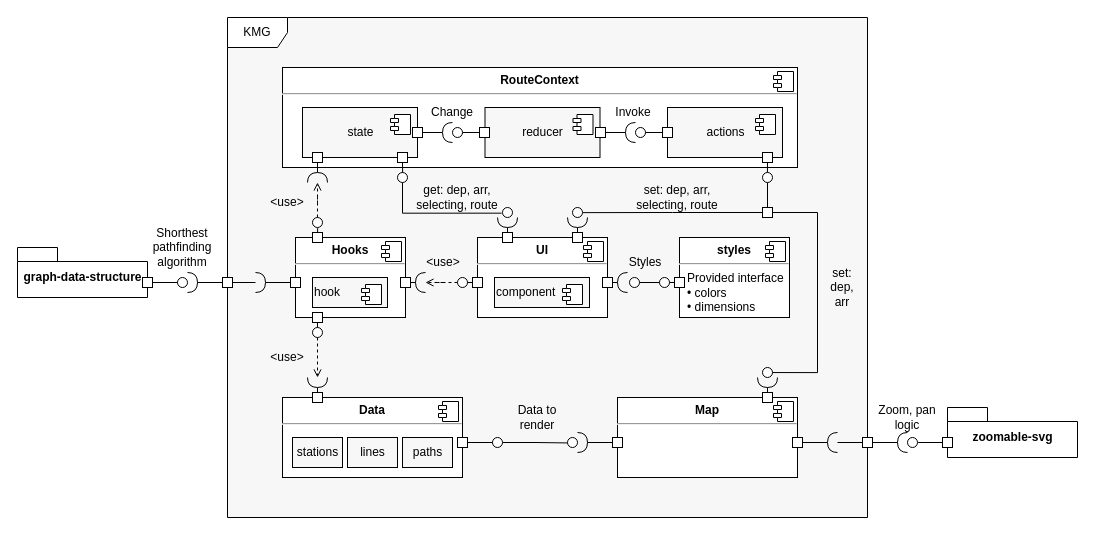
The draw.io diagram UML diagrams/source/component.drawio in nksazonov/KyivMetroGuidebook, before the edit. Source tidied: cells renumbered, new cells numbered last; positions are measured from the earlier drawing's top-left corner, leaving out a move shared by most shapes. Both pictures are drawn from the tidied source at 100%, with x=0, y=0 at pixel (17, 17).
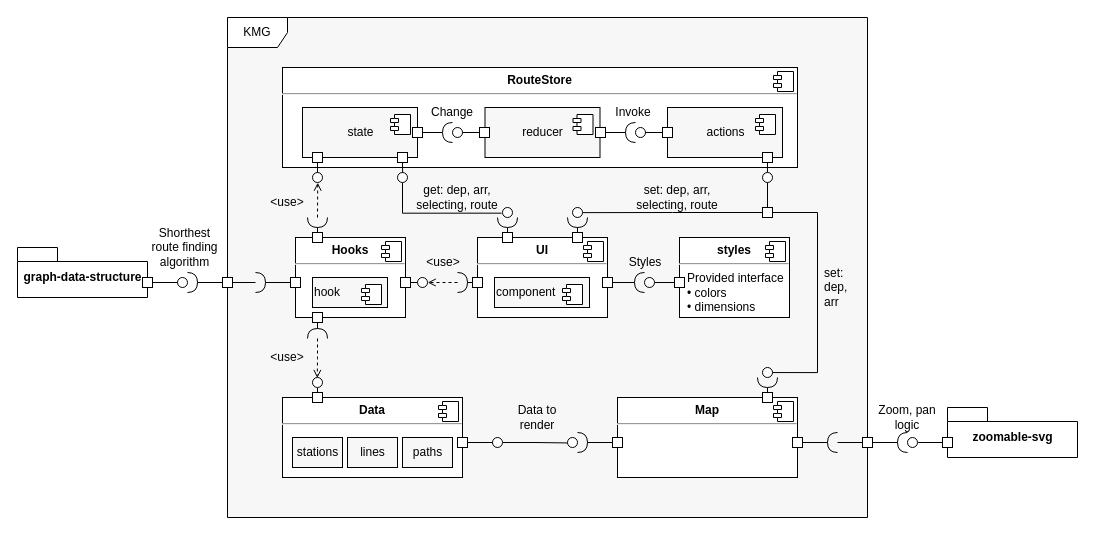
The same diagram, later.

Unchanged cells that the change refers to:
```xml
<mxCell id="53" style="rounded=0;whiteSpace=wrap;html=1;fillColor=#ffffff;" parent="1" vertex="1">
  <mxGeometry x="295" y="135" width="10" height="10" as="geometry" />
</mxCell>
<mxCell id="57" style="rounded=0;whiteSpace=wrap;html=1;fillColor=#ffffff;" parent="1" vertex="1">
  <mxGeometry x="295" y="215" width="10" height="10" as="geometry" />
</mxCell>
<mxCell id="62" style="rounded=0;whiteSpace=wrap;html=1;fillColor=#ffffff;" parent="1" vertex="1">
  <mxGeometry x="383" y="260" width="10" height="10" as="geometry" />
</mxCell>
<mxCell id="69" style="rounded=0;whiteSpace=wrap;html=1;fillColor=#ffffff;" parent="1" vertex="1">
  <mxGeometry x="295" y="295" width="10" height="10" as="geometry" />
</mxCell>
<mxCell id="73" style="rounded=0;whiteSpace=wrap;html=1;fillColor=#ffffff;" parent="1" vertex="1">
  <mxGeometry x="295" y="375" width="10" height="10" as="geometry" />
</mxCell>
<mxCell id="102" style="rounded=0;whiteSpace=wrap;html=1;fillColor=#ffffff;" parent="1" vertex="1">
  <mxGeometry x="455" y="260" width="10" height="10" as="geometry" />
</mxCell>
```

The edit, as a diff of the source:
```diff
@@
-    <mxCell id="28" value="&lt;p style=&quot;margin: 0px ; margin-top: 6px ; text-align: center&quot;&gt;&lt;b&gt;RouteContext&lt;/b&gt;&lt;/p&gt;&lt;hr&gt;&lt;p style=&quot;margin: 0px ; margin-left: 8px&quot;&gt;&lt;br&gt;&lt;/p&gt;" style="align=left;overflow=fill;html=1;" parent="1" vertex="1">
+    <mxCell id="28" value="&lt;p style=&quot;margin: 0px ; margin-top: 6px ; text-align: center&quot;&gt;&lt;b&gt;RouteStore&lt;/b&gt;&lt;/p&gt;&lt;hr&gt;&lt;p style=&quot;margin: 0px ; margin-left: 8px&quot;&gt;&lt;br&gt;&lt;/p&gt;" style="align=left;overflow=fill;html=1;" parent="1" vertex="1">
       <mxGeometry x="265" y="50" width="515" height="100" as="geometry" />
     </mxCell>
@@
+    <mxCell id="134" style="edgeStyle=orthogonalEdgeStyle;rounded=0;jettySize=auto;html=1;exitX=0.5;exitY=1;exitDx=0;exitDy=0;entryX=0.5;entryY=0.061;entryDx=0;entryDy=0;entryPerimeter=0;endArrow=none;endFill=0;" parent="1" edge="1" source="53" target="71">
+      <mxGeometry relative="1" as="geometry" />
+    </mxCell>
@@
-    <mxCell id="54" style="edgeStyle=orthogonalEdgeStyle;rounded=0;jettySize=auto;html=1;exitX=1;exitY=0.5;exitDx=0;exitDy=0;exitPerimeter=0;entryX=0.5;entryY=1;entryDx=0;entryDy=0;endArrow=none;endFill=0;" parent="1" edge="1" source="55" target="53">
-      <mxGeometry relative="1" as="geometry" />
-    </mxCell>
+    <mxCell id="135" style="edgeStyle=orthogonalEdgeStyle;rounded=0;jettySize=auto;html=1;exitX=1;exitY=0.5;exitDx=0;exitDy=0;exitPerimeter=0;entryX=0.5;entryY=1;entryDx=0;entryDy=0;endArrow=none;endFill=0;" parent="1" edge="1" source="55" target="69">
+      <mxGeometry relative="1" as="geometry" />
+    </mxCell>
+    <mxCell id="136" style="edgeStyle=orthogonalEdgeStyle;rounded=0;jettySize=auto;html=1;entryX=0.478;entryY=0.05;entryDx=0;entryDy=0;entryPerimeter=0;endArrow=open;endFill=0;dashed=1;" parent="1" edge="1" source="55" target="59">
+      <mxGeometry relative="1" as="geometry" />
+    </mxCell>
     <mxCell id="55" style="shape=requiredInterface;html=1;verticalLabelPosition=bottom;fillColor=#ffffff;rotation=-90;" parent="1" vertex="1">
-      <mxGeometry x="295" y="150" width="10" height="20" as="geometry" />
+      <mxGeometry x="295" y="306" width="10" height="20" as="geometry" />
     </mxCell>
-    <mxCell id="56" style="edgeStyle=orthogonalEdgeStyle;rounded=0;jettySize=auto;html=1;exitX=0.5;exitY=0;exitDx=0;exitDy=0;entryX=0.513;entryY=1.058;entryDx=0;entryDy=0;entryPerimeter=0;endArrow=none;endFill=0;" parent="1" edge="1" target="59">
-      <mxGeometry relative="1" as="geometry">
-        <mxPoint x="299" y="215" as="sourcePoint" />
-        <Array as="points">
-          <mxPoint x="300" y="215" />
-        </Array>
-      </mxGeometry>
-    </mxCell>
+    <mxCell id="137" style="edgeStyle=orthogonalEdgeStyle;rounded=0;jettySize=auto;html=1;exitX=0.5;exitY=0;exitDx=0;exitDy=0;entryX=1;entryY=0.5;entryDx=0;entryDy=0;entryPerimeter=0;endArrow=none;endFill=0;" parent="1" edge="1" source="57" target="74">
+      <mxGeometry relative="1" as="geometry" />
+    </mxCell>
@@
-    <mxCell id="58" style="edgeStyle=orthogonalEdgeStyle;rounded=0;jettySize=auto;html=1;entryX=0;entryY=0.5;entryDx=0;entryDy=0;entryPerimeter=0;endArrow=open;endFill=0;dashed=1;" parent="1" edge="1" source="59" target="55">
-      <mxGeometry relative="1" as="geometry" />
-    </mxCell>
     <mxCell id="59" style="ellipse;whiteSpace=wrap;html=1;fontFamily=Helvetica;fontSize=12;fontColor=#000000;align=center;strokeColor=#000000;fillColor=#ffffff;points=[];" parent="1" vertex="1">
-      <mxGeometry x="295" y="200" width="10" height="10" as="geometry" />
+      <mxGeometry x="295" y="360" width="10" height="10" as="geometry" />
     </mxCell>
@@
-    <mxCell id="61" style="edgeStyle=orthogonalEdgeStyle;rounded=0;jettySize=auto;html=1;exitX=1;exitY=0.5;exitDx=0;exitDy=0;entryX=1;entryY=0.5;entryDx=0;entryDy=0;entryPerimeter=0;endArrow=none;endFill=0;" parent="1" edge="1" source="62" target="63">
-      <mxGeometry relative="1" as="geometry" />
-    </mxCell>
+    <mxCell id="138" style="edgeStyle=orthogonalEdgeStyle;rounded=0;jettySize=auto;html=1;exitX=1;exitY=0.5;exitDx=0;exitDy=0;entryX=0.044;entryY=0.539;entryDx=0;entryDy=0;entryPerimeter=0;endArrow=none;endFill=0;" parent="1" edge="1" source="62" target="65">
+      <mxGeometry relative="1" as="geometry" />
+    </mxCell>
@@
+    <mxCell id="139" style="edgeStyle=orthogonalEdgeStyle;rounded=0;jettySize=auto;html=1;exitX=0;exitY=0.5;exitDx=0;exitDy=0;exitPerimeter=0;entryX=1.022;entryY=0.539;entryDx=0;entryDy=0;entryPerimeter=0;endArrow=open;endFill=0;dashed=1;" parent="1" edge="1" source="63" target="65">
+      <mxGeometry relative="1" as="geometry" />
+    </mxCell>
-    <mxCell id="63" style="shape=requiredInterface;html=1;verticalLabelPosition=bottom;fillColor=#ffffff;rotation=-180;" parent="1" vertex="1">
-      <mxGeometry x="398" y="255" width="10" height="20" as="geometry" />
+    <mxCell id="63" style="shape=requiredInterface;html=1;verticalLabelPosition=bottom;fillColor=#ffffff;rotation=0;" parent="1" vertex="1">
+      <mxGeometry x="440" y="255" width="10" height="20" as="geometry" />
     </mxCell>
-    <mxCell id="64" style="edgeStyle=orthogonalEdgeStyle;rounded=0;jettySize=auto;html=1;entryX=0;entryY=0.5;entryDx=0;entryDy=0;entryPerimeter=0;dashed=1;endArrow=open;endFill=0;" parent="1" edge="1" source="65" target="63">
-      <mxGeometry relative="1" as="geometry" />
-    </mxCell>
     <mxCell id="65" style="ellipse;whiteSpace=wrap;html=1;fontFamily=Helvetica;fontSize=12;fontColor=#000000;align=center;strokeColor=#000000;fillColor=#ffffff;points=[];" parent="1" vertex="1">
-      <mxGeometry x="440" y="260" width="10" height="10" as="geometry" />
+      <mxGeometry x="400" y="260" width="10" height="10" as="geometry" />
     </mxCell>
-    <mxCell id="66" style="edgeStyle=orthogonalEdgeStyle;rounded=0;jettySize=auto;html=1;exitX=0;exitY=0.5;exitDx=0;exitDy=0;entryX=0.993;entryY=0.473;entryDx=0;entryDy=0;entryPerimeter=0;endArrow=none;endFill=0;" parent="1" edge="1" source="102" target="65">
-      <mxGeometry relative="1" as="geometry" />
-    </mxCell>
@@
-    <mxCell id="68" style="edgeStyle=orthogonalEdgeStyle;rounded=0;jettySize=auto;html=1;exitX=0.5;exitY=1;exitDx=0;exitDy=0;entryX=0.5;entryY=0.065;entryDx=0;entryDy=0;entryPerimeter=0;endArrow=none;endFill=0;" parent="1" edge="1" source="69" target="71">
-      <mxGeometry relative="1" as="geometry" />
-    </mxCell>
@@
-    <mxCell id="70" style="edgeStyle=orthogonalEdgeStyle;rounded=0;jettySize=auto;html=1;entryX=0;entryY=0.5;entryDx=0;entryDy=0;entryPerimeter=0;endArrow=open;endFill=0;dashed=1;" parent="1" edge="1" source="71" target="74">
-      <mxGeometry relative="1" as="geometry" />
-    </mxCell>
     <mxCell id="71" style="ellipse;whiteSpace=wrap;html=1;fontFamily=Helvetica;fontSize=12;fontColor=#000000;align=center;strokeColor=#000000;fillColor=#ffffff;points=[];" parent="1" vertex="1">
-      <mxGeometry x="295" y="310" width="10" height="10" as="geometry" />
+      <mxGeometry x="295" y="155" width="10" height="10" as="geometry" />
     </mxCell>
-    <mxCell id="72" style="edgeStyle=orthogonalEdgeStyle;rounded=0;jettySize=auto;html=1;exitX=0.5;exitY=0;exitDx=0;exitDy=0;entryX=1;entryY=0.5;entryDx=0;entryDy=0;entryPerimeter=0;endArrow=none;endFill=0;" parent="1" edge="1" source="73" target="74">
-      <mxGeometry relative="1" as="geometry" />
-    </mxCell>
+    <mxCell id="140" style="edgeStyle=orthogonalEdgeStyle;rounded=0;jettySize=auto;html=1;exitX=0.5;exitY=0;exitDx=0;exitDy=0;entryX=0.5;entryY=1.05;entryDx=0;entryDy=0;entryPerimeter=0;endArrow=none;endFill=0;" parent="1" edge="1" source="73" target="59">
+      <mxGeometry relative="1" as="geometry" />
+    </mxCell>
@@
+    <mxCell id="141" style="edgeStyle=orthogonalEdgeStyle;rounded=0;jettySize=auto;html=1;exitX=0;exitY=0.5;exitDx=0;exitDy=0;exitPerimeter=0;entryX=0.522;entryY=1.017;entryDx=0;entryDy=0;entryPerimeter=0;dashed=1;endArrow=open;endFill=0;" parent="1" edge="1" source="74" target="71">
+      <mxGeometry relative="1" as="geometry" />
+    </mxCell>
     <mxCell id="74" style="shape=requiredInterface;html=1;verticalLabelPosition=bottom;fillColor=#ffffff;rotation=90;" parent="1" vertex="1">
-      <mxGeometry x="295" y="355" width="10" height="20" as="geometry" />
+      <mxGeometry x="295" y="195" width="10" height="20" as="geometry" />
     </mxCell>
@@
-    <mxCell id="97" value="set:&lt;br&gt;dep,&lt;br&gt;arr" style="text;html=1;strokeColor=none;fillColor=none;align=center;verticalAlign=middle;whiteSpace=wrap;rounded=0;" parent="1" vertex="1">
+    <mxCell id="97" value="set:&lt;br&gt;dep,&lt;br&gt;arr" style="text;html=1;strokeColor=none;fillColor=none;align=left;verticalAlign=middle;whiteSpace=wrap;rounded=0;" parent="1" vertex="1">
       <mxGeometry x="805" y="250" width="40" height="40" as="geometry" />
     </mxCell>
@@
+    <mxCell id="142" style="edgeStyle=orthogonalEdgeStyle;rounded=0;jettySize=auto;html=1;exitX=0;exitY=0.5;exitDx=0;exitDy=0;entryX=1;entryY=0.5;entryDx=0;entryDy=0;entryPerimeter=0;endArrow=none;endFill=0;" parent="1" edge="1" source="102" target="63">
+      <mxGeometry relative="1" as="geometry" />
+    </mxCell>
@@
     <mxCell id="111" style="shape=requiredInterface;html=1;verticalLabelPosition=bottom;fillColor=#ffffff;rotation=-180;" parent="1" vertex="1">
-      <mxGeometry x="600" y="255" width="10" height="20" as="geometry" />
+      <mxGeometry x="617" y="255" width="10" height="20" as="geometry" />
     </mxCell>
-    <mxCell id="112" style="edgeStyle=orthogonalEdgeStyle;rounded=0;jettySize=auto;html=1;entryX=0.1;entryY=0.561;entryDx=0;entryDy=0;entryPerimeter=0;endArrow=none;endFill=0;" parent="1" edge="1" source="113" target="116">
-      <mxGeometry relative="1" as="geometry" />
-    </mxCell>
-    <mxCell id="113" style="ellipse;whiteSpace=wrap;html=1;fontFamily=Helvetica;fontSize=12;fontColor=#000000;align=center;strokeColor=#000000;fillColor=#ffffff;points=[];" parent="1" vertex="1">
-      <mxGeometry x="612" y="260" width="10" height="10" as="geometry" />
-    </mxCell>
@@
     <mxCell id="116" style="ellipse;whiteSpace=wrap;html=1;fontFamily=Helvetica;fontSize=12;fontColor=#000000;align=center;strokeColor=#000000;fillColor=#ffffff;points=[];" parent="1" vertex="1">
-      <mxGeometry x="642" y="260" width="10" height="10" as="geometry" />
+      <mxGeometry x="627" y="260" width="10" height="10" as="geometry" />
     </mxCell>
@@
-    <mxCell id="132" value="Shorthest pathfinding algorithm" style="text;html=1;strokeColor=none;fillColor=none;align=center;verticalAlign=middle;whiteSpace=wrap;rounded=0;" parent="1" vertex="1">
-      <mxGeometry x="135" y="220" width="60" height="20" as="geometry" />
+    <mxCell id="132" value="Shorthest route finding algorithm" style="text;html=1;strokeColor=none;fillColor=none;align=center;verticalAlign=middle;whiteSpace=wrap;rounded=0;" parent="1" vertex="1">
+      <mxGeometry x="130" y="210" width="75" height="40" as="geometry" />
     </mxCell>
```
